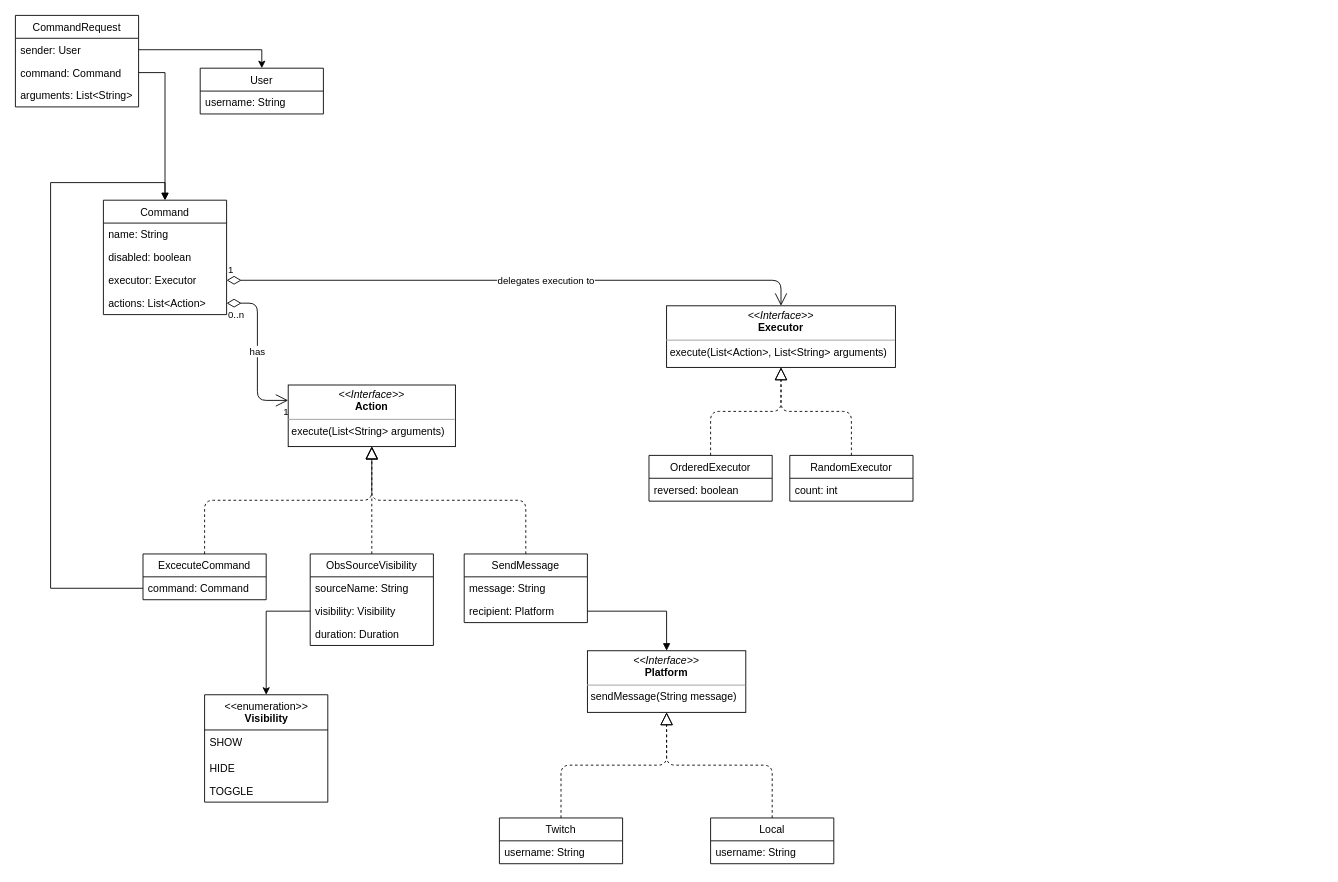
Above: src/site/resources/core-model.drawio in TinaTiel/obs-chatbot (draw.io), before the change. Source tidied: cells renumbered, new cells numbered last; positions are measured from the earlier drawing's top-left corner, leaving out a move shared by most shapes. Both pictures are drawn from the tidied source at 88%, with x=0, y=0 at pixel (15, 15).
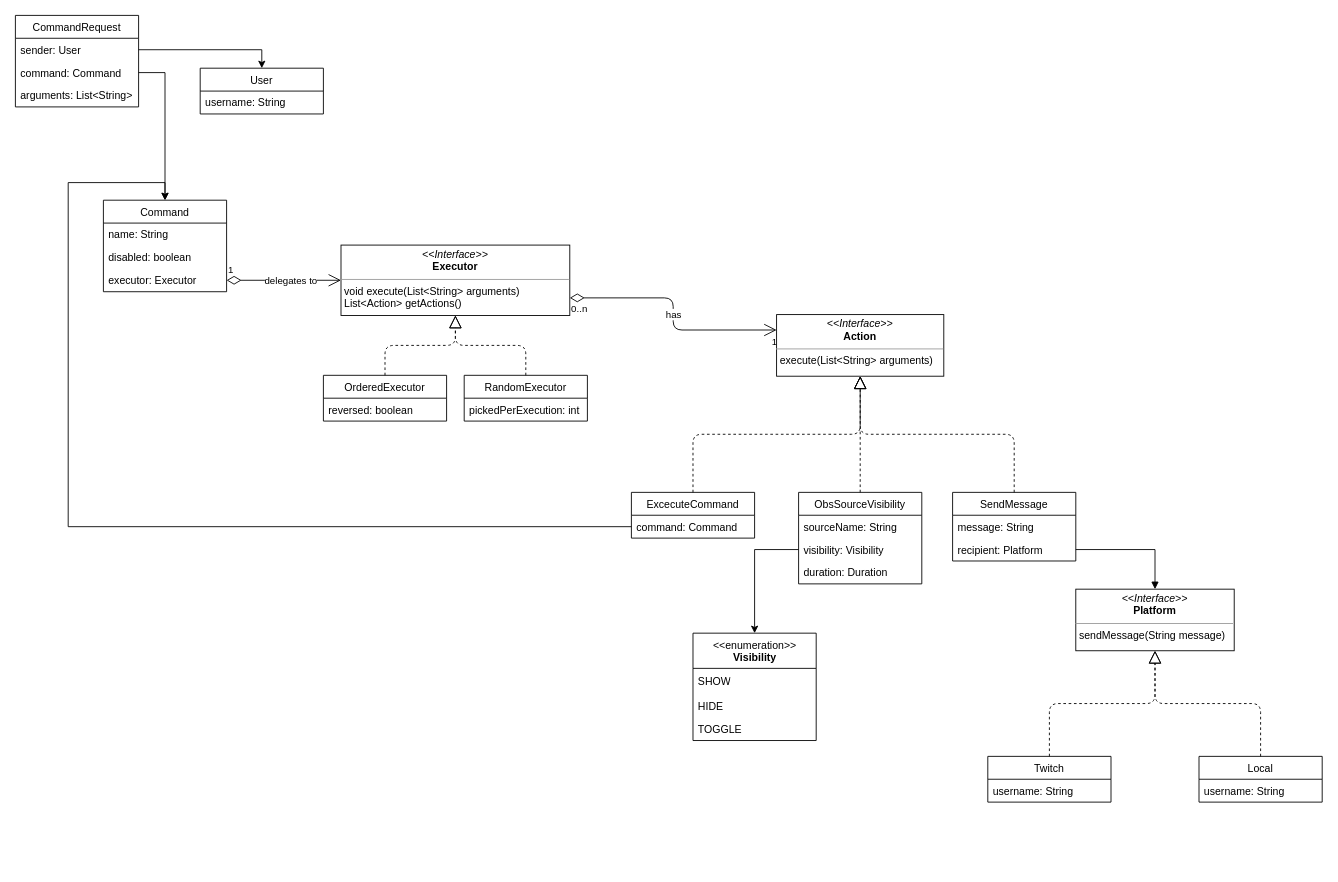
Above is the later version.

Commit message:
Updated uml diagram to reflect command-executor-action updated relationship

Unchanged cells that the change refers to:
```xml
<mxCell id="5" value="executor: Executor" style="text;strokeColor=none;fillColor=none;align=left;verticalAlign=top;spacingLeft=4;spacingRight=4;overflow=hidden;points=[[0,0.5],[1,0.5]];portConstraint=eastwest;" parent="2" vertex="1">
  <mxGeometry y="78" width="140" height="26" as="geometry" />
</mxCell>
<mxCell id="22" value="command: Command" style="text;strokeColor=none;fillColor=none;align=left;verticalAlign=top;spacingLeft=4;spacingRight=4;overflow=hidden;points=[[0,0.5],[1,0.5]];portConstraint=eastwest;" parent="21" vertex="1">
  <mxGeometry y="26" width="140" height="26" as="geometry" />
</mxCell>
```

What changed in the source:
```diff
@@
     <mxCell id="2" value="Command" style="swimlane;fontStyle=0;horizontal=1;startSize=26;fillColor=none;" parent="1" vertex="1">
-      <mxGeometry x="100" y="210" width="140" height="130" as="geometry" />
+      <mxGeometry x="100" y="210" width="140" height="104" as="geometry" />
     </mxCell>
@@
-    <mxCell id="6" value="actions: List&lt;Action&gt;" style="text;strokeColor=none;fillColor=none;align=left;verticalAlign=top;spacingLeft=4;spacingRight=4;overflow=hidden;points=[[0,0.5],[1,0.5]];portConstraint=eastwest;" parent="2" vertex="1">
-      <mxGeometry y="104" width="140" height="26" as="geometry" />
-    </mxCell>
-    <mxCell id="7" value="has" style="endArrow=open;html=1;endSize=12;startArrow=diamondThin;startSize=14;startFill=0;edgeStyle=orthogonalEdgeStyle;exitX=1;exitY=0.5;exitDx=0;exitDy=0;entryX=0;entryY=0.25;entryDx=0;entryDy=0;" parent="1" edge="1" source="6" target="35">
+    <mxCell id="7" value="has" style="endArrow=open;html=1;endSize=12;startArrow=diamondThin;startSize=14;startFill=0;edgeStyle=orthogonalEdgeStyle;exitX=1;exitY=0.75;exitDx=0;exitDy=0;entryX=0;entryY=0.25;entryDx=0;entryDy=0;" parent="1" edge="1" source="37" target="35">
       <mxGeometry relative="1" as="geometry" />
     </mxCell>
@@
     <mxCell id="10" value="ObsSourceVisibility" style="swimlane;fontStyle=0;horizontal=1;startSize=26;fillColor=none;" parent="1" vertex="1">
-      <mxGeometry x="335" y="612" width="140" height="104" as="geometry" />
+      <mxGeometry x="890" y="542" width="140" height="104" as="geometry" />
     </mxCell>
@@
     <mxCell id="15" value="SendMessage" style="swimlane;fontStyle=0;horizontal=1;startSize=26;fillColor=none;" parent="1" vertex="1">
-      <mxGeometry x="510" y="612" width="140" height="78" as="geometry" />
+      <mxGeometry x="1065" y="542" width="140" height="78" as="geometry" />
     </mxCell>
@@
     <mxCell id="21" value="ExcecuteCommand" style="swimlane;fontStyle=0;horizontal=1;startSize=26;fillColor=none;" parent="1" vertex="1">
-      <mxGeometry x="145" y="612" width="140" height="52" as="geometry" />
+      <mxGeometry x="700" y="542" width="140" height="52" as="geometry" />
     </mxCell>
@@
     <mxCell id="24" value="Twitch" style="swimlane;fontStyle=0;horizontal=1;startSize=26;fillColor=none;" parent="1" vertex="1">
-      <mxGeometry x="550" y="912" width="140" height="52" as="geometry" />
+      <mxGeometry x="1105" y="842" width="140" height="52" as="geometry" />
     </mxCell>
@@
     <mxCell id="26" value="Local" style="swimlane;fontStyle=0;horizontal=1;startSize=26;fillColor=none;" parent="1" vertex="1">
-      <mxGeometry x="790" y="912" width="140" height="52" as="geometry" />
+      <mxGeometry x="1345" y="842" width="140" height="52" as="geometry" />
     </mxCell>
@@
     <mxCell id="28" value="&amp;lt;&amp;lt;enumeration&amp;gt;&amp;gt;&lt;br&gt;&lt;b&gt;Visibility&lt;/b&gt;" style="swimlane;fontStyle=0;align=center;verticalAlign=top;horizontal=1;startSize=40;html=1;" parent="1" vertex="1">
-      <mxGeometry x="215" y="772" width="140" height="122" as="geometry" />
+      <mxGeometry x="770" y="702" width="140" height="122" as="geometry" />
     </mxCell>
@@
     <mxCell id="33" value="&lt;p style=&quot;margin: 0px ; margin-top: 4px ; text-align: center&quot;&gt;&lt;i&gt;&amp;lt;&amp;lt;Interface&amp;gt;&amp;gt;&lt;/i&gt;&lt;br&gt;&lt;b&gt;Platform&lt;/b&gt;&lt;/p&gt;&lt;hr size=&quot;1&quot;&gt;&lt;p style=&quot;margin: 0px ; margin-left: 4px&quot;&gt;&lt;span&gt;sendMessage(String message)&lt;/span&gt;&lt;br&gt;&lt;/p&gt;" style="verticalAlign=top;align=left;overflow=fill;fontSize=12;fontFamily=Helvetica;html=1;" parent="1" vertex="1">
-      <mxGeometry x="650" y="722" width="180" height="70" as="geometry" />
+      <mxGeometry x="1205" y="652" width="180" height="70" as="geometry" />
     </mxCell>
@@
     <mxCell id="35" value="&lt;p style=&quot;margin: 0px ; margin-top: 4px ; text-align: center&quot;&gt;&lt;i&gt;&amp;lt;&amp;lt;Interface&amp;gt;&amp;gt;&lt;/i&gt;&lt;br&gt;&lt;b&gt;Action&lt;/b&gt;&lt;/p&gt;&lt;hr size=&quot;1&quot;&gt;&lt;p style=&quot;margin: 0px ; margin-left: 4px&quot;&gt;&lt;span&gt;execute(List&amp;lt;String&amp;gt; arguments)&lt;/span&gt;&lt;br&gt;&lt;/p&gt;" style="verticalAlign=top;align=left;overflow=fill;fontSize=12;fontFamily=Helvetica;html=1;" parent="1" vertex="1">
-      <mxGeometry x="310" y="420" width="190" height="70" as="geometry" />
+      <mxGeometry x="865" y="340" width="190" height="70" as="geometry" />
     </mxCell>
-    <mxCell id="36" style="edgeStyle=orthogonalEdgeStyle;rounded=0;jettySize=auto;html=1;exitX=0;exitY=0.5;exitDx=0;exitDy=0;entryX=0.5;entryY=0;entryDx=0;entryDy=0;startArrow=none;startFill=0;endArrow=block;endFill=1;" parent="1" edge="1" source="22" target="2">
-      <mxGeometry relative="1" as="geometry">
-        <Array as="points">
-          <mxPoint x="40" y="651" />
-          <mxPoint x="40" y="190" />
-          <mxPoint x="170" y="190" />
-        </Array>
-      </mxGeometry>
-    </mxCell>
-    <mxCell id="37" value="&lt;p style=&quot;margin: 0px ; margin-top: 4px ; text-align: center&quot;&gt;&lt;i&gt;&amp;lt;&amp;lt;Interface&amp;gt;&amp;gt;&lt;/i&gt;&lt;br&gt;&lt;b&gt;Executor&lt;/b&gt;&lt;/p&gt;&lt;hr size=&quot;1&quot;&gt;&lt;p style=&quot;margin: 0px ; margin-left: 4px&quot;&gt;&lt;span&gt;execute(List&amp;lt;Action&amp;gt;, List&amp;lt;String&amp;gt; arguments)&lt;/span&gt;&lt;br&gt;&lt;/p&gt;" style="verticalAlign=top;align=left;overflow=fill;fontSize=12;fontFamily=Helvetica;html=1;" parent="1" vertex="1">
-      <mxGeometry x="740" y="330" width="260" height="70" as="geometry" />
+    <mxCell id="37" value="&lt;p style=&quot;margin: 0px ; margin-top: 4px ; text-align: center&quot;&gt;&lt;i&gt;&amp;lt;&amp;lt;Interface&amp;gt;&amp;gt;&lt;/i&gt;&lt;br&gt;&lt;b&gt;Executor&lt;/b&gt;&lt;/p&gt;&lt;hr size=&quot;1&quot;&gt;&lt;p style=&quot;margin: 0px ; margin-left: 4px&quot;&gt;&lt;span&gt;void execute(List&amp;lt;String&amp;gt; arguments)&lt;/span&gt;&lt;br&gt;&lt;/p&gt;&lt;p style=&quot;margin: 0px ; margin-left: 4px&quot;&gt;&lt;span&gt;List&amp;lt;Action&amp;gt; getActions()&lt;/span&gt;&lt;/p&gt;" style="verticalAlign=top;align=left;overflow=fill;fontSize=12;fontFamily=Helvetica;html=1;" parent="1" vertex="1">
+      <mxGeometry x="370" y="261" width="260" height="80" as="geometry" />
     </mxCell>
-    <mxCell id="38" value="1" style="endArrow=open;html=1;endSize=12;startArrow=diamondThin;startSize=14;startFill=0;edgeStyle=orthogonalEdgeStyle;align=left;verticalAlign=bottom;exitX=1;exitY=0.5;exitDx=0;exitDy=0;entryX=0.5;entryY=0;entryDx=0;entryDy=0;" parent="1" edge="1" source="5" target="37">
+    <mxCell id="38" value="1" style="endArrow=open;html=1;endSize=12;startArrow=diamondThin;startSize=14;startFill=0;edgeStyle=orthogonalEdgeStyle;align=left;verticalAlign=bottom;exitX=1;exitY=0.5;exitDx=0;exitDy=0;entryX=0;entryY=0.5;entryDx=0;entryDy=0;" parent="1" edge="1" source="5" target="37">
       <mxGeometry x="-1" y="3" relative="1" as="geometry" />
     </mxCell>
-    <mxCell id="39" value="delegates execution to" style="edgeLabel;html=1;align=center;verticalAlign=middle;" parent="38" vertex="1">
+    <mxCell id="39" value="delegates to" style="edgeLabel;html=1;align=center;verticalAlign=middle;" parent="38" vertex="1">
       <mxGeometry x="0.1" relative="1" as="geometry" />
     </mxCell>
     <mxCell id="40" value="OrderedExecutor" style="swimlane;fontStyle=0;horizontal=1;startSize=26;fillColor=none;" parent="1" vertex="1">
-      <mxGeometry x="720" y="500" width="140" height="52" as="geometry" />
+      <mxGeometry x="350" y="409" width="140" height="52" as="geometry" />
     </mxCell>
@@
     <mxCell id="42" value="RandomExecutor" style="swimlane;fontStyle=0;horizontal=1;startSize=26;fillColor=none;" parent="1" vertex="1">
-      <mxGeometry x="880" y="500" width="140" height="52" as="geometry" />
+      <mxGeometry x="510" y="409" width="140" height="52" as="geometry" />
     </mxCell>
-    <mxCell id="43" value="count: int" style="text;strokeColor=none;fillColor=none;align=left;verticalAlign=top;spacingLeft=4;spacingRight=4;overflow=hidden;" parent="42" vertex="1">
+    <mxCell id="43" value="pickedPerExecution: int" style="text;strokeColor=none;fillColor=none;align=left;verticalAlign=top;spacingLeft=4;spacingRight=4;overflow=hidden;" parent="42" vertex="1">
       <mxGeometry y="26" width="140" height="26" as="geometry" />
     </mxCell>
@@
+    <mxCell id="36" style="edgeStyle=orthogonalEdgeStyle;rounded=0;jettySize=auto;html=1;exitX=0;exitY=0.5;exitDx=0;exitDy=0;entryX=0.5;entryY=0;entryDx=0;entryDy=0;" parent="1" edge="1" source="22" target="2">
+      <mxGeometry relative="1" as="geometry">
+        <Array as="points">
+          <mxPoint x="60" y="581" />
+          <mxPoint x="60" y="190" />
+          <mxPoint x="170" y="190" />
+        </Array>
+      </mxGeometry>
+    </mxCell>
```
